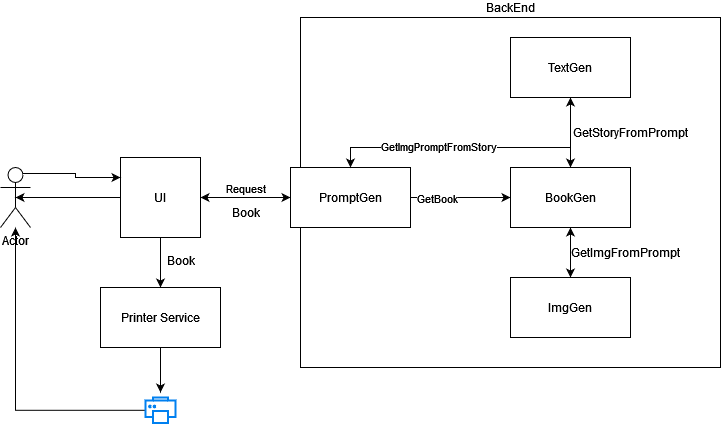
Above: PitchAssets/Hackathon Design.png in nadavWeisler/CommuniTale (draw.io), before the change. Source tidied: cells renumbered, new cells last; positions are measured from the earlier drawing's top-left corner, leaving out a move shared by most shapes.
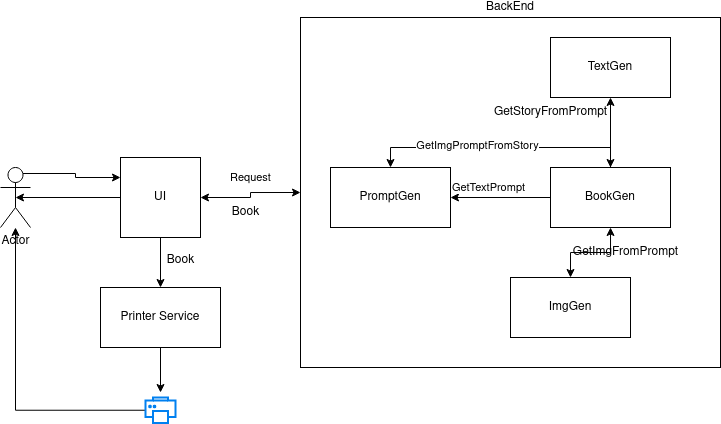
The same file after the commit.

Commit message:
Added PromptGenerator functionality accepting request parameters and adding them to the gpt prompt. updated the design doc.

The edit, as a diff of the source:
```diff
@@ -8,12 +8,12 @@
     <mxCell id="3" style="edgeStyle=orthogonalEdgeStyle;rounded=0;jettySize=auto;html=1;entryX=0.5;entryY=0;entryDx=0;entryDy=0;" parent="1" edge="1" source="6" target="10">
       <mxGeometry relative="1" as="geometry" />
     </mxCell>
-    <mxCell id="4" style="edgeStyle=orthogonalEdgeStyle;rounded=0;jettySize=auto;html=1;startArrow=classic;startFill=1;entryX=0;entryY=0.5;entryDx=0;entryDy=0;" parent="1" edge="1" source="6" target="18">
+    <mxCell id="4" style="edgeStyle=orthogonalEdgeStyle;rounded=0;jettySize=auto;html=1;startArrow=classic;startFill=1;entryX=0;entryY=0.5;entryDx=0;entryDy=0;" parent="1" edge="1" source="6" target="13">
       <mxGeometry relative="1" as="geometry" />
     </mxCell>
     <mxCell id="5" value="Request" style="edgeLabel;html=1;align=center;verticalAlign=middle;" parent="4" vertex="1">
       <mxGeometry x="-0.26" y="2" relative="1" as="geometry">
-        <mxPoint x="11" y="-8" as="offset" />
+        <mxPoint x="11" y="-18" as="offset" />
       </mxGeometry>
     </mxCell>
     <mxCell id="6" value="UI" style="whiteSpace=wrap;html=1;" parent="1" vertex="1">
@@ -46,16 +46,8 @@
     <mxCell id="15" value="Book" style="text;html=1;align=center;verticalAlign=middle;strokeColor=none;fillColor=none;" parent="1" vertex="1">
       <mxGeometry x="155" y="228" width="50" height="30" as="geometry" />
     </mxCell>
-    <mxCell id="16" style="edgeStyle=orthogonalEdgeStyle;rounded=0;jettySize=auto;html=1;entryX=0;entryY=0.5;entryDx=0;entryDy=0;startArrow=none;startFill=0;" parent="1" edge="1" source="18" target="23">
-      <mxGeometry relative="1" as="geometry" />
-    </mxCell>
-    <mxCell id="17" value="GetBook" style="edgeLabel;html=1;align=right;verticalAlign=bottom;labelPosition=left;verticalLabelPosition=top;" parent="16" vertex="1">
-      <mxGeometry x="-0.23" relative="1" as="geometry">
-        <mxPoint x="10" y="10" as="offset" />
-      </mxGeometry>
-    </mxCell>
     <mxCell id="18" value="PromptGen" style="whiteSpace=wrap;html=1;" parent="1" vertex="1">
-      <mxGeometry x="290" y="150" width="120" height="60" as="geometry" />
+      <mxGeometry x="330" y="150" width="120" height="60" as="geometry" />
     </mxCell>
     <mxCell id="19" style="edgeStyle=orthogonalEdgeStyle;rounded=0;jettySize=auto;html=1;entryX=0.5;entryY=1;entryDx=0;entryDy=0;startArrow=classic;startFill=1;" parent="1" edge="1" source="23" target="24">
       <mxGeometry relative="1" as="geometry" />
@@ -69,17 +61,25 @@
     <mxCell id="22" style="edgeStyle=orthogonalEdgeStyle;rounded=0;jettySize=auto;html=1;entryX=0.5;entryY=0;entryDx=0;entryDy=0;startArrow=classic;startFill=1;" parent="1" edge="1" source="23" target="25">
       <mxGeometry relative="1" as="geometry" />
     </mxCell>
+    <mxCell id="28" style="edgeStyle=orthogonalEdgeStyle;rounded=0;jettySize=auto;html=1;entryX=1;entryY=0.5;entryDx=0;entryDy=0;" parent="1" edge="1" source="23" target="18">
+      <mxGeometry relative="1" as="geometry" />
+    </mxCell>
+    <mxCell id="29" value="GetTextPrompt" style="edgeLabel;html=1;align=center;verticalAlign=middle;" parent="28" vertex="1">
+      <mxGeometry x="0.24" y="1" relative="1" as="geometry">
+        <mxPoint y="-11" as="offset" />
+      </mxGeometry>
+    </mxCell>
     <mxCell id="23" value="&lt;div&gt;BookGen&lt;/div&gt;" style="whiteSpace=wrap;html=1;" parent="1" vertex="1">
-      <mxGeometry x="510" y="150" width="120" height="60" as="geometry" />
+      <mxGeometry x="550" y="150" width="120" height="60" as="geometry" />
     </mxCell>
     <mxCell id="24" value="TextGen" style="whiteSpace=wrap;html=1;" parent="1" vertex="1">
-      <mxGeometry x="510" y="20" width="120" height="60" as="geometry" />
+      <mxGeometry x="550" y="20" width="120" height="60" as="geometry" />
     </mxCell>
     <mxCell id="25" value="ImgGen" style="whiteSpace=wrap;html=1;" parent="1" vertex="1">
       <mxGeometry x="510" y="260" width="120" height="60" as="geometry" />
     </mxCell>
     <mxCell id="26" value="GetStoryFromPrompt" style="text;html=1;align=center;verticalAlign=middle;strokeColor=none;fillColor=none;" parent="1" vertex="1">
-      <mxGeometry x="560" y="100" width="140" height="30" as="geometry" />
+      <mxGeometry x="480" y="80" width="140" height="30" as="geometry" />
     </mxCell>
     <mxCell id="27" value="GetImgFromPrompt" style="text;html=1;align=center;verticalAlign=middle;strokeColor=none;fillColor=none;" parent="1" vertex="1">
       <mxGeometry x="560" y="220" width="130" height="30" as="geometry" />
```
